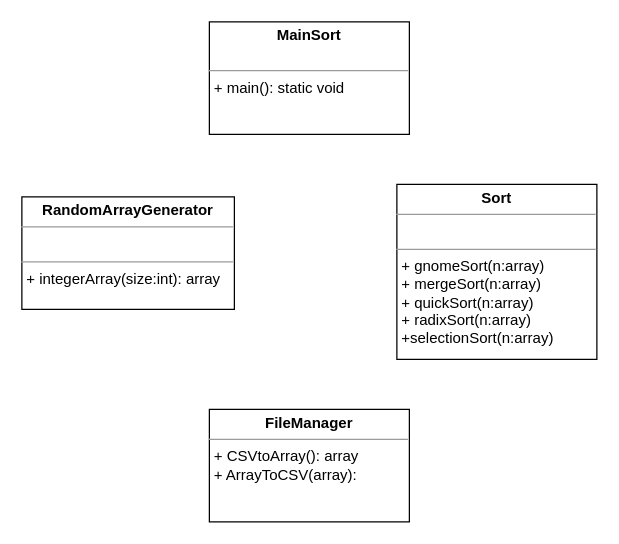
The draw.io diagram sorting_w_maven/UML.drawio in HUG0BA/sorting, before the edit. Source tidied: cells renumbered, new cells numbered last; positions are measured from the earlier drawing's top-left corner, leaving out a move shared by most shapes. Both pictures are drawn from the tidied source at 125%, with x=0, y=0 at pixel (21, 21).
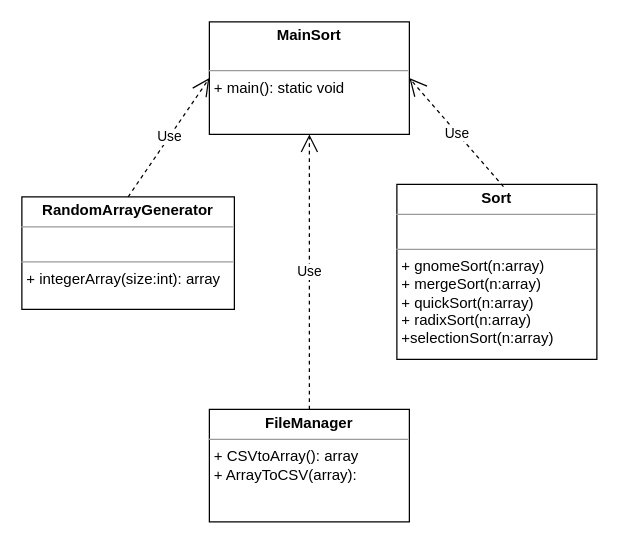
After the change.

Diff of the diagram source:
```diff
@@
 <mxGraphModel>
   <root>
     <mxCell id="0" />
     <mxCell id="1" parent="0" />
     <mxCell id="2" value="&lt;p style=&quot;margin:0px;margin-top:4px;text-align:center;&quot;&gt;&lt;b&gt;MainSort&lt;/b&gt;&lt;/p&gt;&lt;p style=&quot;margin:0px;margin-left:4px;&quot;&gt;&lt;br&gt;&lt;/p&gt;&lt;hr size=&quot;1&quot;&gt;&lt;p style=&quot;margin:0px;margin-left:4px;&quot;&gt;+ main(): static void&lt;/p&gt;" style="verticalAlign=top;align=left;overflow=fill;fontSize=12;fontFamily=Helvetica;html=1;" parent="1" vertex="1">
       <mxGeometry x="150" width="160" height="90" as="geometry" />
     </mxCell>
     <mxCell id="3" value="&lt;p style=&quot;margin:0px;margin-top:4px;text-align:center;&quot;&gt;&lt;b&gt;RandomArrayGenerator&lt;/b&gt;&lt;/p&gt;&lt;hr size=&quot;1&quot;&gt;&lt;p style=&quot;margin:0px;margin-left:4px;&quot;&gt;&lt;br&gt;&lt;/p&gt;&lt;hr size=&quot;1&quot;&gt;&lt;p style=&quot;margin:0px;margin-left:4px;&quot;&gt;+ integerArray(size:int): array&lt;/p&gt;" style="verticalAlign=top;align=left;overflow=fill;fontSize=12;fontFamily=Helvetica;html=1;" parent="1" vertex="1">
       <mxGeometry y="140" width="170" height="90" as="geometry" />
     </mxCell>
     <mxCell id="4" value="&lt;p style=&quot;margin:0px;margin-top:4px;text-align:center;&quot;&gt;&lt;b&gt;Sort&lt;/b&gt;&lt;/p&gt;&lt;hr size=&quot;1&quot;&gt;&lt;p style=&quot;margin:0px;margin-left:4px;&quot;&gt;&lt;br&gt;&lt;/p&gt;&lt;hr size=&quot;1&quot;&gt;&lt;p style=&quot;margin:0px;margin-left:4px;&quot;&gt;+ gnomeSort(n:array)&lt;/p&gt;&lt;p style=&quot;margin:0px;margin-left:4px;&quot;&gt;+ mergeSort(n:array)&lt;/p&gt;&lt;p style=&quot;margin:0px;margin-left:4px;&quot;&gt;+ quickSort(n:array)&lt;/p&gt;&lt;p style=&quot;margin:0px;margin-left:4px;&quot;&gt;+ radixSort(n:array)&lt;/p&gt;&lt;p style=&quot;margin:0px;margin-left:4px;&quot;&gt;+selectionSort(n:array)&lt;/p&gt;" style="verticalAlign=top;align=left;overflow=fill;fontSize=12;fontFamily=Helvetica;html=1;" parent="1" vertex="1">
       <mxGeometry x="300" y="130" width="160" height="140" as="geometry" />
     </mxCell>
     <mxCell id="5" value="&lt;p style=&quot;margin:0px;margin-top:4px;text-align:center;&quot;&gt;&lt;b&gt;FileManager&lt;/b&gt;&lt;/p&gt;&lt;hr size=&quot;1&quot;&gt;&lt;p style=&quot;margin:0px;margin-left:4px;&quot;&gt;&lt;/p&gt;&lt;p style=&quot;margin:0px;margin-left:4px;&quot;&gt;+ CSVtoArray(): array&lt;/p&gt;&lt;p style=&quot;margin:0px;margin-left:4px;&quot;&gt;+ ArrayToCSV(array):&lt;/p&gt;" style="verticalAlign=top;align=left;overflow=fill;fontSize=12;fontFamily=Helvetica;html=1;" parent="1" vertex="1">
       <mxGeometry x="150" y="310" width="160" height="90" as="geometry" />
     </mxCell>
+    <mxCell id="6" value="Use" style="endArrow=open;endSize=12;dashed=1;html=1;entryX=0.5;entryY=1;entryDx=0;entryDy=0;exitX=0.5;exitY=0;exitDx=0;exitDy=0;" parent="1" edge="1" source="5" target="2">
+      <mxGeometry relative="1" as="geometry" />
+    </mxCell>
+    <mxCell id="7" value="Use" style="endArrow=open;endSize=12;dashed=1;html=1;exitX=0.5;exitY=0;exitDx=0;exitDy=0;entryX=0;entryY=0.5;entryDx=0;entryDy=0;" parent="1" edge="1" source="3" target="2">
+      <mxGeometry relative="1" as="geometry" />
+    </mxCell>
+    <mxCell id="8" value="Use" style="endArrow=open;endSize=12;dashed=1;html=1;exitX=0.533;exitY=0.013;exitDx=0;exitDy=0;exitPerimeter=0;entryX=1;entryY=0.5;entryDx=0;entryDy=0;" parent="1" edge="1" source="4" target="2">
+      <mxGeometry relative="1" as="geometry" />
+    </mxCell>
   </root>
 </mxGraphModel>
```
